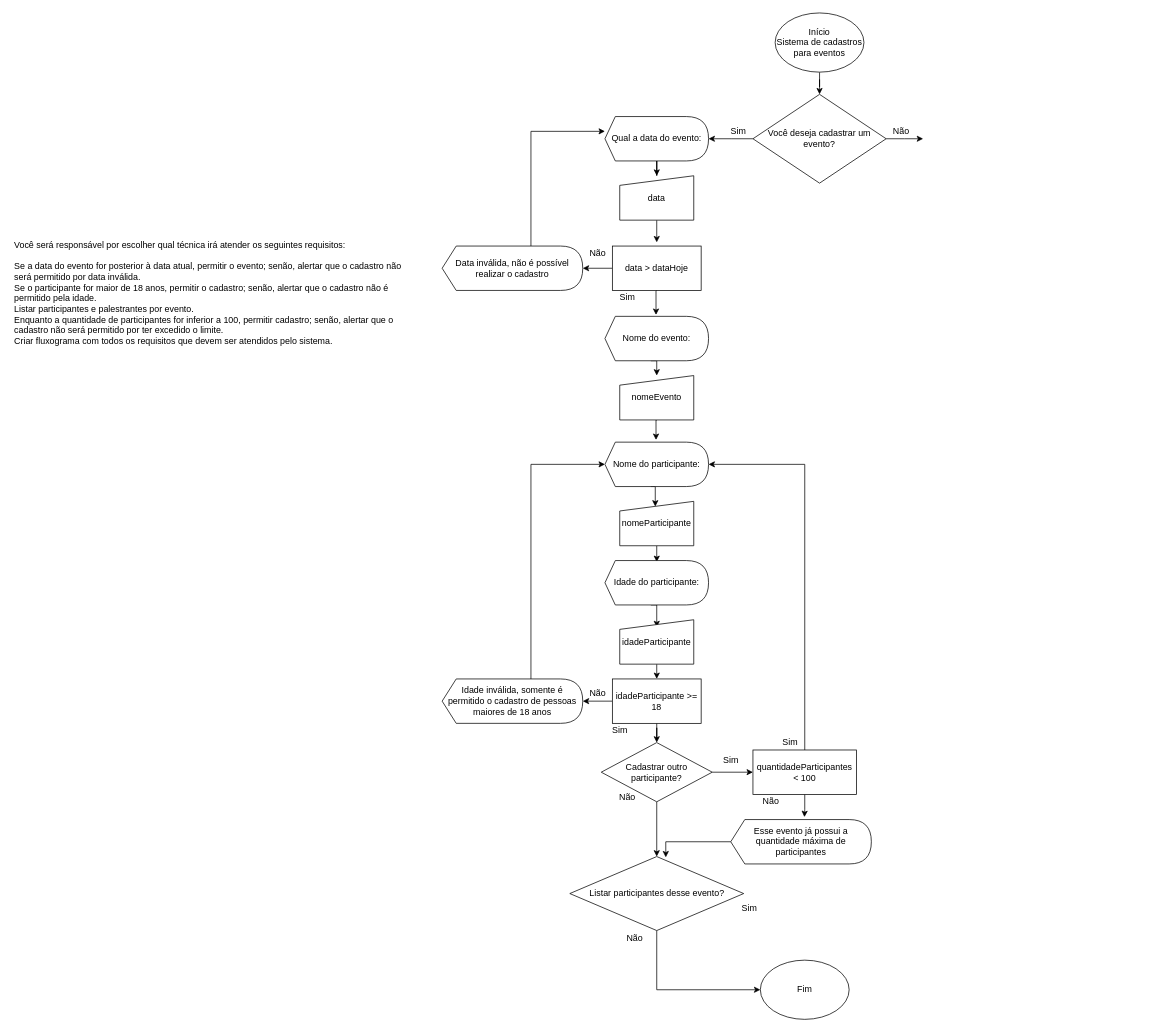
This is Untitled Diagram.drawio from gerlaneln/Cadeiras-Bom-Repouso, a draw.io file, before an edit. Source tidied: cells renumbered, new cells numbered last; positions are measured from the earlier drawing's top-left corner, leaving out a move shared by most shapes. Both pictures are drawn from the tidied source at 74%, with x=0, y=0 at pixel (13, 13).
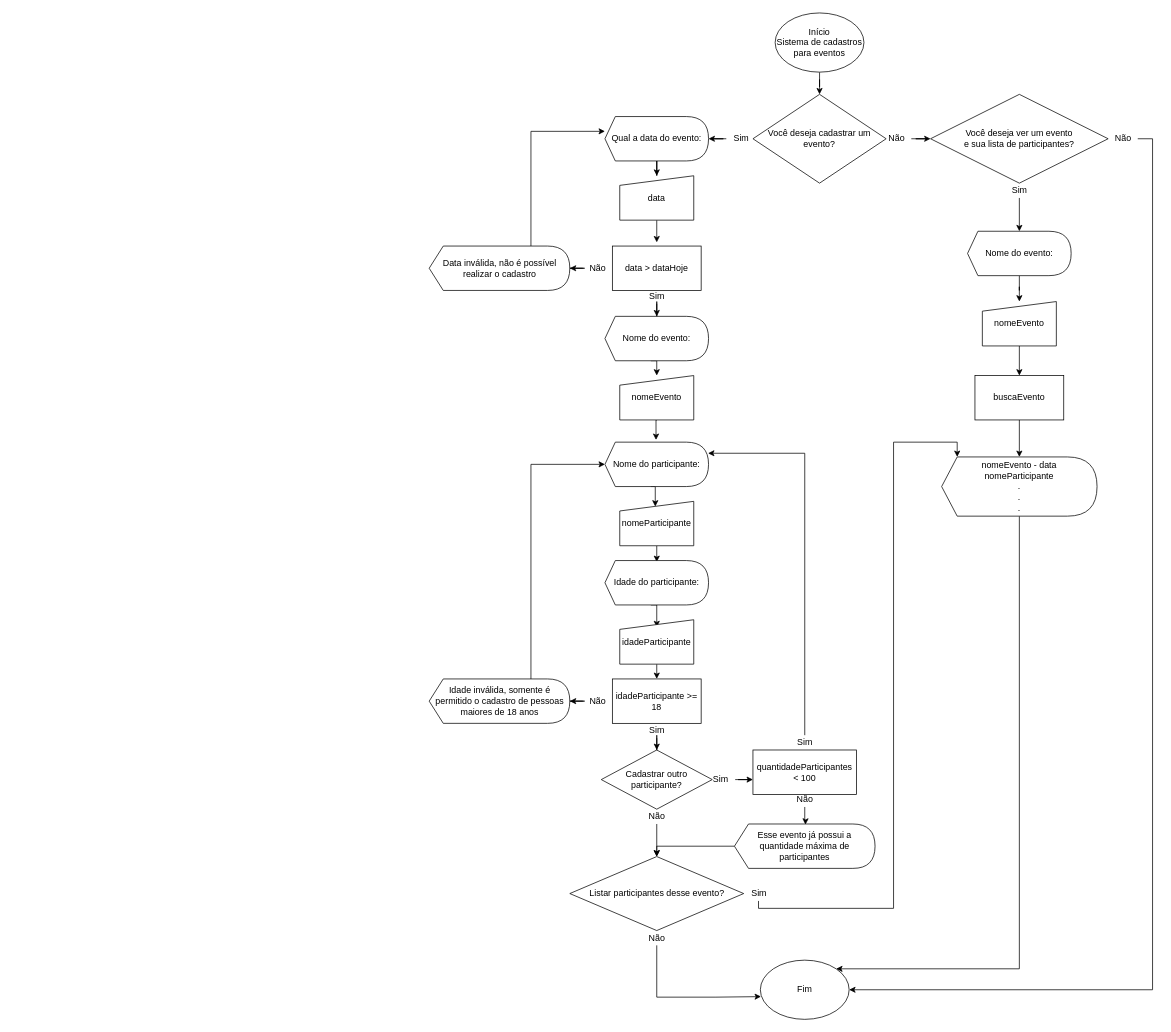
The same diagram, later.

Unchanged cells that the change refers to:
```xml
<mxCell id="7" value="&lt;span&gt;Você deseja cadastrar um evento?&lt;/span&gt;" style="strokeWidth=1;html=1;shape=mxgraph.flowchart.decision;whiteSpace=wrap;rounded=0;sketch=0;" parent="1" vertex="1">
  <mxGeometry x="1000" y="110" width="180" height="120" as="geometry" />
</mxCell>
<mxCell id="11" value="Qual a data do evento:" style="shape=display;whiteSpace=wrap;html=1;size=0.1;" parent="1" vertex="1">
  <mxGeometry x="800" y="140" width="140" height="60" as="geometry" />
</mxCell>
<mxCell id="16" value="data &amp;gt; dataHoje" style="rounded=0;whiteSpace=wrap;html=1;sketch=0;strokeWidth=1;" parent="1" vertex="1">
  <mxGeometry x="810" y="315" width="120" height="60" as="geometry" />
</mxCell>
<mxCell id="22" value="Nome do evento:" style="shape=display;whiteSpace=wrap;html=1;size=0.1;" parent="1" vertex="1">
  <mxGeometry x="800" y="410" width="140" height="60" as="geometry" />
</mxCell>
<mxCell id="26" value="Nome do participante:" style="shape=display;whiteSpace=wrap;html=1;size=0.1;" parent="1" vertex="1">
  <mxGeometry x="800" y="580" width="140" height="60" as="geometry" />
</mxCell>
<mxCell id="35" value="idadeParticipante &amp;gt;= 18" style="rounded=0;whiteSpace=wrap;html=1;sketch=0;strokeWidth=1;" parent="1" vertex="1">
  <mxGeometry x="810" y="900" width="120" height="60" as="geometry" />
</mxCell>
<mxCell id="44" value="quantidadeParticipantes &amp;lt; 100" style="rounded=0;whiteSpace=wrap;html=1;sketch=0;strokeWidth=1;" parent="1" vertex="1">
  <mxGeometry x="1000" y="996" width="140" height="60" as="geometry" />
</mxCell>
<mxCell id="53" value="&lt;span&gt;Listar participantes desse evento?&lt;/span&gt;" style="rhombus;whiteSpace=wrap;html=1;rounded=0;sketch=0;strokeWidth=1;" parent="1" vertex="1">
  <mxGeometry x="752.5" y="1140" width="235" height="100" as="geometry" />
</mxCell>
<mxCell id="56" value="Fim" style="ellipse;whiteSpace=wrap;html=1;" parent="1" vertex="1">
  <mxGeometry x="1010" y="1280" width="120" height="80" as="geometry" />
</mxCell>
```

What changed in the source:
```diff
@@
-    <mxCell id="2" value="Você será responsável por escolher qual técnica irá atender os seguintes requisitos: &#10; &#10;Se a data do evento for posterior à data atual, permitir o evento; senão, alertar que o cadastro não será permitido por data inválida. &#10;Se o participante for maior de 18 anos, permitir o cadastro; senão, alertar que o cadastro não é permitido pela idade. &#10;Listar participantes e palestrantes por evento. &#10;Enquanto a quantidade de participantes for inferior a 100, permitir cadastro; senão, alertar que o cadastro não será permitido por ter excedido o limite. &#10;Criar fluxograma com todos os requisitos que devem ser atendidos pelo sistema." style="text;whiteSpace=wrap;html=1;" parent="1" vertex="1">
-      <mxGeometry y="300" width="550" height="160" as="geometry" />
-    </mxCell>
@@
-    <mxCell id="5" style="edgeStyle=orthogonalEdgeStyle;rounded=0;jettySize=auto;html=1;" parent="1" edge="1" source="7">
-      <mxGeometry relative="1" as="geometry">
-        <mxPoint x="1230" y="170" as="targetPoint" />
-      </mxGeometry>
-    </mxCell>
-    <mxCell id="6" style="edgeStyle=orthogonalEdgeStyle;rounded=0;jettySize=auto;html=1;" parent="1" edge="1" source="7">
-      <mxGeometry relative="1" as="geometry">
-        <mxPoint x="940" y="170" as="targetPoint" />
-      </mxGeometry>
-    </mxCell>
@@
+    <mxCell id="57" style="edgeStyle=orthogonalEdgeStyle;rounded=0;jettySize=auto;html=1;" parent="1" edge="1" source="8" target="69">
+      <mxGeometry relative="1" as="geometry" />
+    </mxCell>
     <mxCell id="8" value="Não" style="text;html=1;align=center;verticalAlign=middle;points=[];strokeColor=none;fillColor=none;" parent="1" vertex="1">
-      <mxGeometry x="1180" y="150" width="40" height="20" as="geometry" />
+      <mxGeometry x="1174" y="160" width="40" height="20" as="geometry" />
     </mxCell>
+    <mxCell id="58" style="edgeStyle=orthogonalEdgeStyle;rounded=0;jettySize=auto;html=1;entryX=1;entryY=0.5;entryDx=0;entryDy=0;entryPerimeter=0;" parent="1" edge="1" source="9" target="11">
+      <mxGeometry relative="1" as="geometry" />
+    </mxCell>
     <mxCell id="9" value="Sim" style="text;html=1;align=center;verticalAlign=middle;points=[];strokeColor=none;fillColor=none;" parent="1" vertex="1">
-      <mxGeometry x="960" y="150" width="40" height="20" as="geometry" />
+      <mxGeometry x="964" y="160" width="40" height="20" as="geometry" />
     </mxCell>
@@
-    <mxCell id="14" style="edgeStyle=orthogonalEdgeStyle;rounded=0;jettySize=auto;html=1;exitX=0.5;exitY=1;exitDx=0;exitDy=0;entryX=0.493;entryY=-0.033;entryDx=0;entryDy=0;entryPerimeter=0;" parent="1" edge="1" source="16" target="22">
-      <mxGeometry relative="1" as="geometry" />
-    </mxCell>
-    <mxCell id="15" style="edgeStyle=orthogonalEdgeStyle;rounded=0;jettySize=auto;html=1;exitX=0;exitY=0.5;exitDx=0;exitDy=0;entryX=1;entryY=0.5;entryDx=0;entryDy=0;entryPerimeter=0;" parent="1" edge="1" source="16" target="20">
-      <mxGeometry relative="1" as="geometry" />
-    </mxCell>
@@
+    <mxCell id="59" style="edgeStyle=orthogonalEdgeStyle;rounded=0;jettySize=auto;html=1;entryX=0.5;entryY=0;entryDx=0;entryDy=0;entryPerimeter=0;" parent="1" edge="1" source="17" target="22">
+      <mxGeometry relative="1" as="geometry" />
+    </mxCell>
     <mxCell id="17" value="Sim" style="text;html=1;align=center;verticalAlign=middle;points=[];strokeColor=none;fillColor=none;" parent="1" vertex="1">
-      <mxGeometry x="810" y="375" width="40" height="20" as="geometry" />
+      <mxGeometry x="850" y="373" width="40" height="20" as="geometry" />
     </mxCell>
+    <mxCell id="60" style="edgeStyle=orthogonalEdgeStyle;rounded=0;jettySize=auto;html=1;entryX=1;entryY=0.5;entryDx=0;entryDy=0;entryPerimeter=0;" parent="1" edge="1" source="18" target="20">
+      <mxGeometry relative="1" as="geometry" />
+    </mxCell>
     <mxCell id="18" value="Não" style="text;html=1;align=center;verticalAlign=middle;points=[];strokeColor=none;fillColor=none;" parent="1" vertex="1">
-      <mxGeometry x="770" y="315" width="40" height="20" as="geometry" />
+      <mxGeometry x="770" y="335" width="40" height="20" as="geometry" />
     </mxCell>
@@
     <mxCell id="20" value="Data inválida, não é possível realizar o cadastro" style="shape=display;whiteSpace=wrap;html=1;size=0.1;" parent="1" vertex="1">
-      <mxGeometry x="580" y="315" width="190" height="60" as="geometry" />
+      <mxGeometry x="562.5" y="315" width="190" height="60" as="geometry" />
     </mxCell>
@@
-    <mxCell id="33" style="edgeStyle=orthogonalEdgeStyle;rounded=0;jettySize=auto;html=1;" parent="1" edge="1" source="35" target="39">
-      <mxGeometry relative="1" as="geometry" />
-    </mxCell>
-    <mxCell id="34" style="edgeStyle=orthogonalEdgeStyle;rounded=0;jettySize=auto;html=1;entryX=0.5;entryY=0;entryDx=0;entryDy=0;" parent="1" edge="1" source="35" target="49">
-      <mxGeometry relative="1" as="geometry" />
-    </mxCell>
@@
+    <mxCell id="61" style="edgeStyle=orthogonalEdgeStyle;rounded=0;jettySize=auto;html=1;entryX=1;entryY=0.5;entryDx=0;entryDy=0;entryPerimeter=0;" parent="1" edge="1" source="36" target="39">
+      <mxGeometry relative="1" as="geometry" />
+    </mxCell>
     <mxCell id="36" value="Não" style="text;html=1;align=center;verticalAlign=middle;points=[];strokeColor=none;fillColor=none;" parent="1" vertex="1">
-      <mxGeometry x="770" y="909" width="40" height="20" as="geometry" />
+      <mxGeometry x="770" y="920" width="40" height="20" as="geometry" />
     </mxCell>
+    <mxCell id="62" style="edgeStyle=orthogonalEdgeStyle;rounded=0;jettySize=auto;html=1;entryX=0.5;entryY=0;entryDx=0;entryDy=0;" parent="1" edge="1" source="37" target="49">
+      <mxGeometry relative="1" as="geometry" />
+    </mxCell>
     <mxCell id="37" value="Sim" style="text;html=1;align=center;verticalAlign=middle;points=[];strokeColor=none;fillColor=none;" parent="1" vertex="1">
-      <mxGeometry x="800" y="960" width="40" height="20" as="geometry" />
+      <mxGeometry x="850" y="960" width="40" height="20" as="geometry" />
     </mxCell>
@@
     <mxCell id="39" value="Idade inválida, somente é permitido o cadastro de pessoas maiores de 18 anos" style="shape=display;whiteSpace=wrap;html=1;size=0.1;" parent="1" vertex="1">
-      <mxGeometry x="580" y="900" width="190" height="60" as="geometry" />
+      <mxGeometry x="562.5" y="900" width="190" height="60" as="geometry" />
     </mxCell>
+    <mxCell id="63" style="edgeStyle=orthogonalEdgeStyle;rounded=0;jettySize=auto;html=1;entryX=0;entryY=0.667;entryDx=0;entryDy=0;entryPerimeter=0;" parent="1" edge="1" source="40" target="44">
+      <mxGeometry relative="1" as="geometry" />
+    </mxCell>
     <mxCell id="40" value="Sim" style="text;html=1;align=center;verticalAlign=middle;points=[];strokeColor=none;fillColor=none;" parent="1" vertex="1">
-      <mxGeometry x="950" y="1000" width="40" height="20" as="geometry" />
+      <mxGeometry x="936" y="1026" width="40" height="20" as="geometry" />
     </mxCell>
+    <mxCell id="64" style="edgeStyle=orthogonalEdgeStyle;rounded=0;jettySize=auto;html=1;entryX=0.5;entryY=0;entryDx=0;entryDy=0;" parent="1" edge="1" source="41" target="53">
+      <mxGeometry relative="1" as="geometry" />
+    </mxCell>
     <mxCell id="41" value="Não" style="text;html=1;align=center;verticalAlign=middle;points=[];strokeColor=none;fillColor=none;" parent="1" vertex="1">
-      <mxGeometry x="810" y="1050" width="40" height="20" as="geometry" />
+      <mxGeometry x="850" y="1076" width="40" height="20" as="geometry" />
     </mxCell>
-    <mxCell id="42" style="edgeStyle=orthogonalEdgeStyle;rounded=0;jettySize=auto;html=1;exitX=0.5;exitY=0;exitDx=0;exitDy=0;entryX=1;entryY=0.5;entryDx=0;entryDy=0;entryPerimeter=0;" parent="1" edge="1" source="44" target="26">
-      <mxGeometry relative="1" as="geometry" />
-    </mxCell>
-    <mxCell id="43" style="edgeStyle=orthogonalEdgeStyle;rounded=0;jettySize=auto;html=1;entryX=0.524;entryY=-0.056;entryDx=0;entryDy=0;entryPerimeter=0;" parent="1" edge="1" source="44" target="51">
-      <mxGeometry relative="1" as="geometry" />
-    </mxCell>
@@
+    <mxCell id="65" style="edgeStyle=orthogonalEdgeStyle;rounded=0;jettySize=auto;html=1;entryX=0.995;entryY=0.25;entryDx=0;entryDy=0;entryPerimeter=0;" parent="1" edge="1" source="45" target="26">
+      <mxGeometry relative="1" as="geometry">
+        <Array as="points">
+          <mxPoint x="1070" y="595" />
+        </Array>
+      </mxGeometry>
+    </mxCell>
     <mxCell id="45" value="Sim" style="text;html=1;align=center;verticalAlign=middle;points=[];strokeColor=none;fillColor=none;" parent="1" vertex="1">
-      <mxGeometry x="1030" y="976" width="40" height="20" as="geometry" />
+      <mxGeometry x="1050" y="976" width="40" height="20" as="geometry" />
     </mxCell>
+    <mxCell id="66" style="edgeStyle=orthogonalEdgeStyle;rounded=0;jettySize=auto;html=1;entryX=0.505;entryY=0.015;entryDx=0;entryDy=0;entryPerimeter=0;" parent="1" edge="1" source="46" target="51">
+      <mxGeometry relative="1" as="geometry" />
+    </mxCell>
     <mxCell id="46" value="Não" style="text;html=1;align=center;verticalAlign=middle;points=[];strokeColor=none;fillColor=none;" parent="1" vertex="1">
-      <mxGeometry x="1004" y="1056" width="40" height="20" as="geometry" />
+      <mxGeometry x="1050" y="1053" width="40" height="20" as="geometry" />
     </mxCell>
-    <mxCell id="47" style="edgeStyle=orthogonalEdgeStyle;rounded=0;jettySize=auto;html=1;entryX=0;entryY=0.5;entryDx=0;entryDy=0;" parent="1" edge="1" source="49" target="44">
-      <mxGeometry relative="1" as="geometry" />
-    </mxCell>
-    <mxCell id="48" style="edgeStyle=orthogonalEdgeStyle;rounded=0;jettySize=auto;html=1;exitX=0.5;exitY=1;exitDx=0;exitDy=0;entryX=0.5;entryY=0;entryDx=0;entryDy=0;" parent="1" edge="1" source="49" target="53">
-      <mxGeometry relative="1" as="geometry" />
-    </mxCell>
     <mxCell id="49" value="&lt;span&gt;Cadastrar outro participante?&lt;/span&gt;" style="rhombus;whiteSpace=wrap;html=1;rounded=0;sketch=0;strokeWidth=1;" parent="1" vertex="1">
-      <mxGeometry x="795" y="986" width="150" height="80" as="geometry" />
+      <mxGeometry x="795" y="996" width="150" height="80" as="geometry" />
     </mxCell>
-    <mxCell id="50" style="edgeStyle=orthogonalEdgeStyle;rounded=0;jettySize=auto;html=1;entryX=0.552;entryY=0.011;entryDx=0;entryDy=0;entryPerimeter=0;" parent="1" edge="1" source="51" target="53">
+    <mxCell id="50" style="edgeStyle=orthogonalEdgeStyle;rounded=0;jettySize=auto;html=1;" parent="1" edge="1" source="51" target="53">
       <mxGeometry relative="1" as="geometry">
         <Array as="points">
-          <mxPoint x="882" y="1120" />
+          <mxPoint x="870" y="1126" />
         </Array>
       </mxGeometry>
     </mxCell>
     <mxCell id="51" value="Esse evento já possui a quantidade máxima de participantes" style="shape=display;whiteSpace=wrap;html=1;size=0.1;" parent="1" vertex="1">
-      <mxGeometry x="970" y="1090" width="190" height="60" as="geometry" />
+      <mxGeometry x="975" y="1096" width="190" height="60" as="geometry" />
     </mxCell>
-    <mxCell id="52" style="edgeStyle=orthogonalEdgeStyle;rounded=0;jettySize=auto;html=1;entryX=0;entryY=0.5;entryDx=0;entryDy=0;" parent="1" edge="1" source="53" target="56">
-      <mxGeometry relative="1" as="geometry">
-        <Array as="points">
-          <mxPoint x="870" y="1320" />
-        </Array>
-      </mxGeometry>
-    </mxCell>
@@
+    <mxCell id="67" style="edgeStyle=orthogonalEdgeStyle;rounded=0;jettySize=auto;html=1;entryX=0.007;entryY=0.616;entryDx=0;entryDy=0;entryPerimeter=0;" parent="1" edge="1" source="54" target="56">
+      <mxGeometry relative="1" as="geometry">
+        <Array as="points">
+          <mxPoint x="870" y="1330" />
+          <mxPoint x="950" y="1330" />
+        </Array>
+      </mxGeometry>
+    </mxCell>
     <mxCell id="54" value="Não" style="text;html=1;align=center;verticalAlign=middle;points=[];strokeColor=none;fillColor=none;" parent="1" vertex="1">
-      <mxGeometry x="820" y="1240" width="40" height="20" as="geometry" />
+      <mxGeometry x="850" y="1240" width="40" height="20" as="geometry" />
     </mxCell>
+    <mxCell id="68" style="edgeStyle=orthogonalEdgeStyle;rounded=0;jettySize=auto;html=1;entryX=0;entryY=0;entryDx=21;entryDy=0;entryPerimeter=0;" parent="1" edge="1" source="55" target="81">
+      <mxGeometry relative="1" as="geometry">
+        <Array as="points">
+          <mxPoint x="1190" y="1210" />
+          <mxPoint x="1190" y="580" />
+          <mxPoint x="1276" y="580" />
+        </Array>
+      </mxGeometry>
+    </mxCell>
     <mxCell id="55" value="Sim" style="text;html=1;align=center;verticalAlign=middle;points=[];strokeColor=none;fillColor=none;" parent="1" vertex="1">
-      <mxGeometry x="975" y="1200" width="40" height="20" as="geometry" />
+      <mxGeometry x="987.5" y="1180" width="40" height="20" as="geometry" />
     </mxCell>
@@
+    <mxCell id="69" value="&lt;span&gt;Você deseja ver um evento&lt;br&gt;e sua lista de participantes?&lt;/span&gt;" style="strokeWidth=1;html=1;shape=mxgraph.flowchart.decision;whiteSpace=wrap;rounded=0;sketch=0;" parent="1" vertex="1">
+      <mxGeometry x="1240" y="110" width="240" height="120" as="geometry" />
+    </mxCell>
+    <mxCell id="70" style="edgeStyle=orthogonalEdgeStyle;rounded=0;jettySize=auto;html=1;" parent="1" edge="1" source="71" target="75">
+      <mxGeometry relative="1" as="geometry" />
+    </mxCell>
+    <mxCell id="71" value="Sim" style="text;html=1;align=center;verticalAlign=middle;points=[];strokeColor=none;fillColor=none;" parent="1" vertex="1">
+      <mxGeometry x="1340" y="230" width="40" height="20" as="geometry" />
+    </mxCell>
+    <mxCell id="72" style="edgeStyle=orthogonalEdgeStyle;rounded=0;jettySize=auto;html=1;entryX=1;entryY=0.5;entryDx=0;entryDy=0;" parent="1" edge="1" source="73" target="56">
+      <mxGeometry relative="1" as="geometry">
+        <Array as="points">
+          <mxPoint x="1540" y="170" />
+          <mxPoint x="1540" y="1320" />
+        </Array>
+      </mxGeometry>
+    </mxCell>
+    <mxCell id="73" value="Não" style="text;html=1;align=center;verticalAlign=middle;points=[];strokeColor=none;fillColor=none;" parent="1" vertex="1">
+      <mxGeometry x="1480" y="160" width="40" height="20" as="geometry" />
+    </mxCell>
+    <mxCell id="74" style="edgeStyle=orthogonalEdgeStyle;rounded=0;jettySize=auto;html=1;" parent="1" edge="1" source="75" target="77">
+      <mxGeometry relative="1" as="geometry" />
+    </mxCell>
+    <mxCell id="75" value="Nome do evento:" style="shape=display;whiteSpace=wrap;html=1;size=0.1;" parent="1" vertex="1">
+      <mxGeometry x="1290" y="295" width="140" height="60" as="geometry" />
+    </mxCell>
+    <mxCell id="76" style="edgeStyle=orthogonalEdgeStyle;rounded=0;jettySize=auto;html=1;entryX=0.5;entryY=0;entryDx=0;entryDy=0;" parent="1" edge="1" source="77" target="79">
+      <mxGeometry relative="1" as="geometry" />
+    </mxCell>
+    <mxCell id="77" value="nomeEvento" style="html=1;strokeWidth=1;shape=manualInput;whiteSpace=wrap;rounded=0;size=13;arcSize=11;sketch=0;" parent="1" vertex="1">
+      <mxGeometry x="1310" y="390" width="100" height="60" as="geometry" />
+    </mxCell>
+    <mxCell id="78" style="edgeStyle=orthogonalEdgeStyle;rounded=0;jettySize=auto;html=1;" parent="1" edge="1" source="79" target="81">
+      <mxGeometry relative="1" as="geometry" />
+    </mxCell>
+    <mxCell id="79" value="buscaEvento" style="rounded=0;whiteSpace=wrap;html=1;sketch=0;strokeWidth=1;" parent="1" vertex="1">
+      <mxGeometry x="1300" y="490" width="120" height="60" as="geometry" />
+    </mxCell>
+    <mxCell id="80" style="edgeStyle=orthogonalEdgeStyle;rounded=0;jettySize=auto;html=1;entryX=1;entryY=0;entryDx=0;entryDy=0;" parent="1" edge="1" source="81" target="56">
+      <mxGeometry relative="1" as="geometry">
+        <Array as="points">
+          <mxPoint x="1360" y="1292" />
+        </Array>
+      </mxGeometry>
+    </mxCell>
+    <mxCell id="81" value="nomeEvento - data&lt;br&gt;nomeParticipante&lt;br&gt;.&lt;br&gt;.&lt;br&gt;." style="shape=display;whiteSpace=wrap;html=1;size=0.1;" parent="1" vertex="1">
+      <mxGeometry x="1255" y="600" width="210" height="80" as="geometry" />
+    </mxCell>
```
